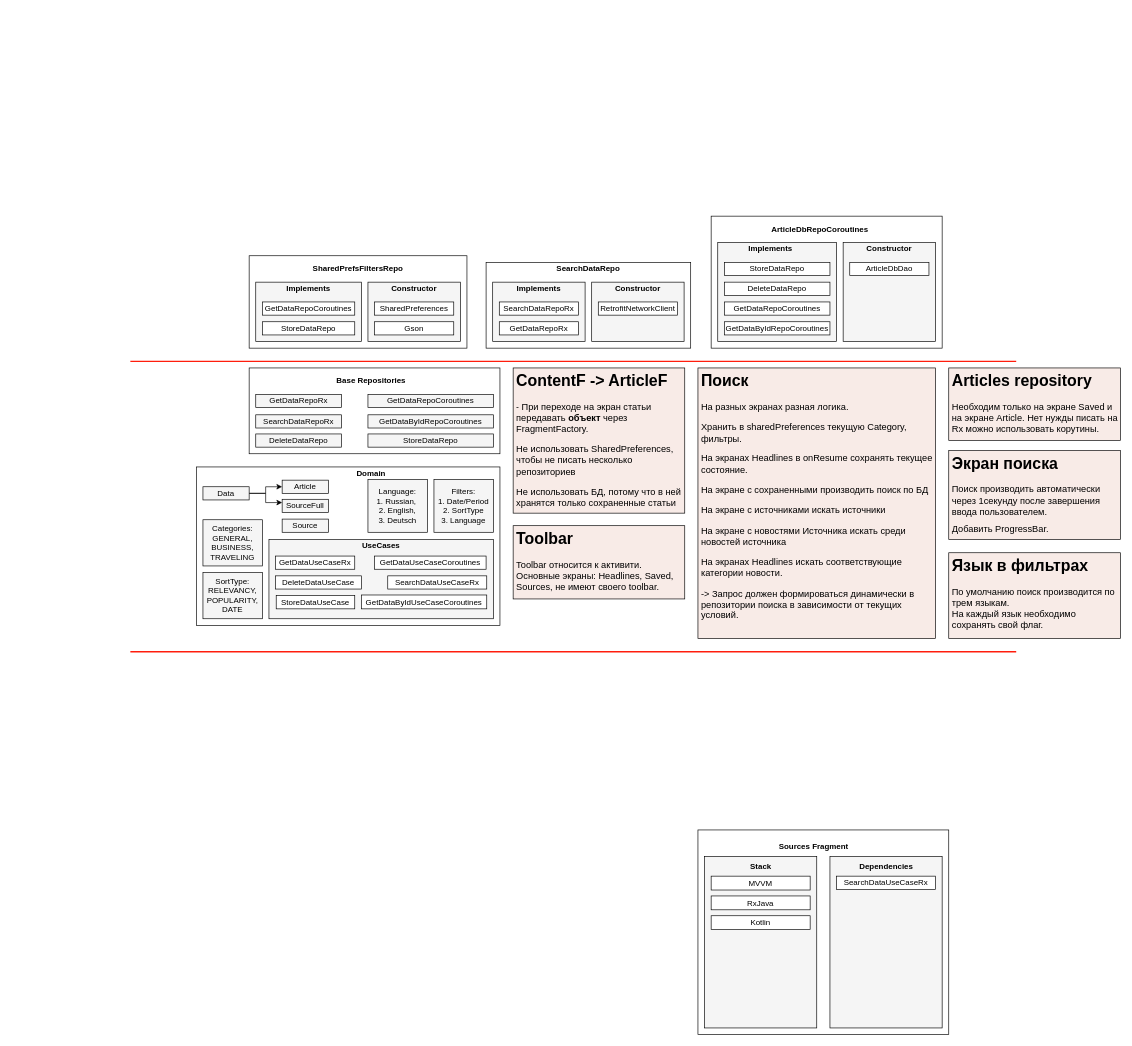
The draw.io diagram app/Диаграмма без названия.drawio in Megrief/AudioPlayer, before the edit. Source tidied: cells renumbered, new cells numbered last; positions are measured from the earlier drawing's top-left corner, leaving out a move shared by most shapes. Both pictures are drawn from the tidied source at 66%, with x=0, y=0 at pixel (130, 216).
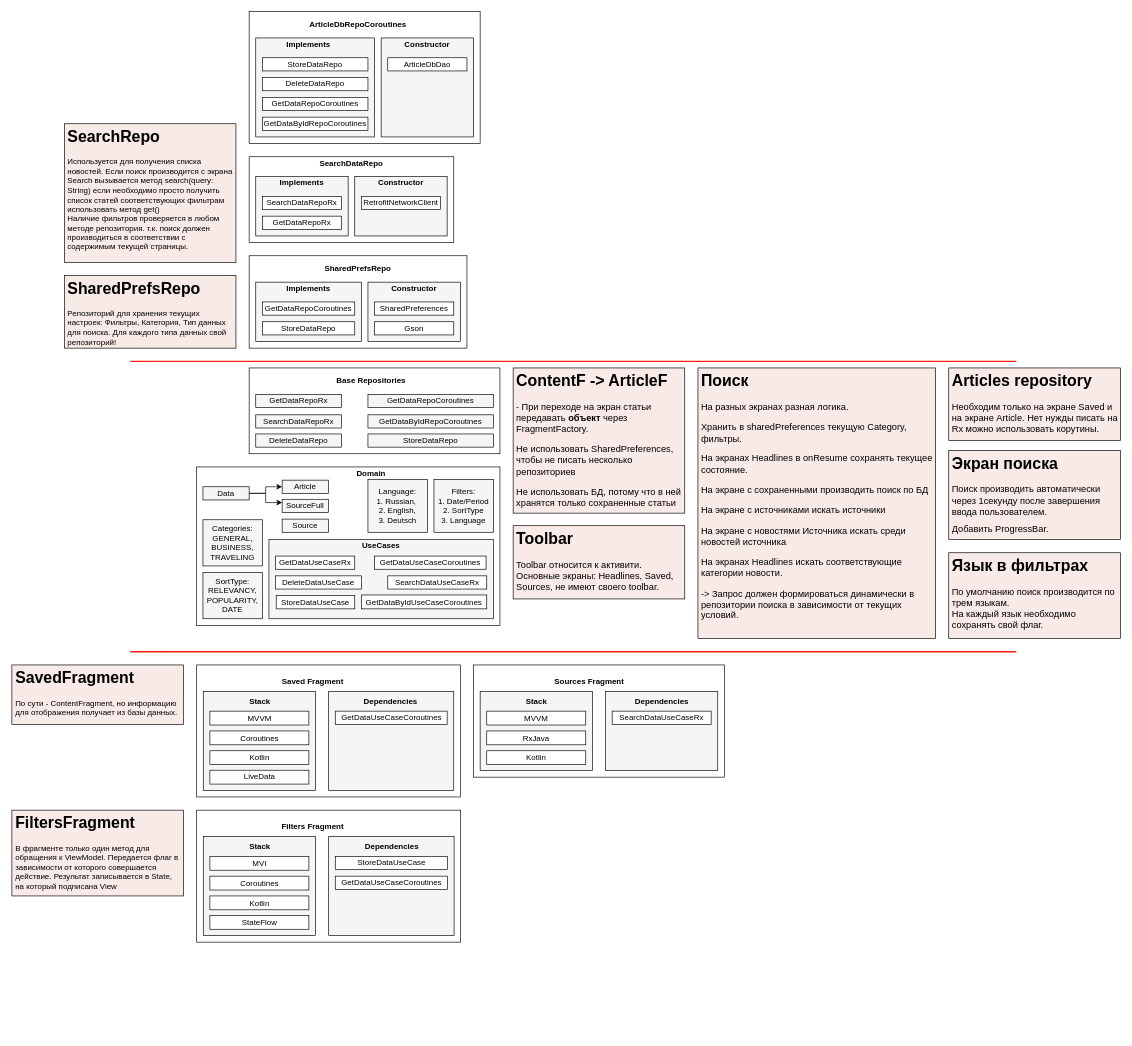
The same diagram, later.

The edit, as a diff of the source:
```diff
@@
-    <mxCell id="25" value="&lt;b&gt;SharedPrefsFiltersRepo&lt;/b&gt;" style="text;html=1;strokeColor=none;fillColor=none;align=center;verticalAlign=middle;whiteSpace=wrap;rounded=0;" parent="1" vertex="1">
+    <mxCell id="25" value="&lt;b&gt;SharedPrefsRepo&lt;/b&gt;" style="text;html=1;strokeColor=none;fillColor=none;align=center;verticalAlign=middle;whiteSpace=wrap;rounded=0;" parent="1" vertex="1">
       <mxGeometry x="265" y="70" width="160" height="20" as="geometry" />
     </mxCell>
@@
     <mxCell id="35" style="rounded=0;whiteSpace=wrap;html=1;" parent="1" vertex="1">
-      <mxGeometry x="539" y="70" width="310" height="130" as="geometry" />
+      <mxGeometry x="180" y="-90" width="310" height="130" as="geometry" />
     </mxCell>
     <mxCell id="36" value="&lt;b&gt;SearchDataRepo&lt;/b&gt;" style="text;html=1;strokeColor=none;fillColor=none;align=center;verticalAlign=middle;whiteSpace=wrap;rounded=0;" parent="1" vertex="1">
-      <mxGeometry x="614" y="70" width="160" height="20" as="geometry" />
+      <mxGeometry x="255" y="-90" width="160" height="20" as="geometry" />
     </mxCell>
     <mxCell id="37" style="rounded=0;whiteSpace=wrap;html=1;fillColor=#f5f5f5;fontColor=#333333;strokeColor=#000000;" parent="1" vertex="1">
-      <mxGeometry x="549" y="100" width="140" height="90" as="geometry" />
+      <mxGeometry x="190" y="-60" width="140" height="90" as="geometry" />
     </mxCell>
     <mxCell id="38" value="&lt;b&gt;Implements&lt;/b&gt;" style="text;html=1;strokeColor=none;fillColor=none;align=center;verticalAlign=middle;whiteSpace=wrap;rounded=0;" parent="1" vertex="1">
-      <mxGeometry x="559" y="100" width="120" height="20" as="geometry" />
+      <mxGeometry x="200" y="-60" width="120" height="20" as="geometry" />
     </mxCell>
     <mxCell id="39" value="SearchDataRepoRx" style="text;html=1;align=center;verticalAlign=middle;whiteSpace=wrap;rounded=0;fillColor=default;strokeColor=default;" parent="1" vertex="1">
-      <mxGeometry x="559" y="130" width="120" height="20" as="geometry" />
+      <mxGeometry x="200" y="-30" width="120" height="20" as="geometry" />
     </mxCell>
     <mxCell id="40" style="rounded=0;whiteSpace=wrap;html=1;fillColor=#f5f5f5;fontColor=#333333;strokeColor=#000000;" parent="1" vertex="1">
-      <mxGeometry x="699" y="100" width="140" height="90" as="geometry" />
+      <mxGeometry x="340" y="-60" width="140" height="90" as="geometry" />
     </mxCell>
     <mxCell id="41" value="&lt;b&gt;Constructor&lt;/b&gt;" style="text;html=1;strokeColor=none;fillColor=none;align=center;verticalAlign=middle;whiteSpace=wrap;rounded=0;" parent="1" vertex="1">
-      <mxGeometry x="709" y="100" width="120" height="20" as="geometry" />
+      <mxGeometry x="350" y="-60" width="120" height="20" as="geometry" />
     </mxCell>
     <mxCell id="42" value="RetrofitNetworkClient" style="text;html=1;align=center;verticalAlign=middle;whiteSpace=wrap;rounded=0;fillColor=default;strokeColor=default;" parent="1" vertex="1">
-      <mxGeometry x="709" y="130" width="120" height="20" as="geometry" />
+      <mxGeometry x="350" y="-30" width="120" height="20" as="geometry" />
     </mxCell>
     <mxCell id="43" style="rounded=0;whiteSpace=wrap;html=1;" parent="1" vertex="1">
-      <mxGeometry x="880" width="350" height="200" as="geometry" />
+      <mxGeometry x="180" y="-310" width="350" height="200" as="geometry" />
     </mxCell>
     <mxCell id="44" value="&lt;b&gt;ArticleDbRepoCoroutines&lt;/b&gt;" style="text;html=1;strokeColor=none;fillColor=none;align=center;verticalAlign=middle;whiteSpace=wrap;rounded=0;" parent="1" vertex="1">
-      <mxGeometry x="965" y="10" width="160" height="20" as="geometry" />
+      <mxGeometry x="265" y="-300" width="160" height="20" as="geometry" />
     </mxCell>
     <mxCell id="45" style="rounded=0;whiteSpace=wrap;html=1;fillColor=#f5f5f5;fontColor=#333333;strokeColor=#000000;" parent="1" vertex="1">
-      <mxGeometry x="890" y="40" width="180" height="150" as="geometry" />
+      <mxGeometry x="190" y="-270" width="180" height="150" as="geometry" />
     </mxCell>
     <mxCell id="46" value="&lt;b&gt;Implements&lt;/b&gt;" style="text;html=1;strokeColor=none;fillColor=none;align=center;verticalAlign=middle;whiteSpace=wrap;rounded=0;" parent="1" vertex="1">
-      <mxGeometry x="910" y="40" width="120" height="20" as="geometry" />
+      <mxGeometry x="210" y="-270" width="120" height="20" as="geometry" />
     </mxCell>
     <mxCell id="47" value="StoreDataRepo" style="text;html=1;align=center;verticalAlign=middle;whiteSpace=wrap;rounded=0;fillColor=default;strokeColor=default;" parent="1" vertex="1">
-      <mxGeometry x="900" y="70" width="160" height="20" as="geometry" />
+      <mxGeometry x="200" y="-240" width="160" height="20" as="geometry" />
     </mxCell>
     <mxCell id="48" style="rounded=0;whiteSpace=wrap;html=1;fillColor=#f5f5f5;fontColor=#333333;strokeColor=#000000;" parent="1" vertex="1">
-      <mxGeometry x="1080" y="40" width="140" height="150" as="geometry" />
+      <mxGeometry x="380" y="-270" width="140" height="150" as="geometry" />
     </mxCell>
     <mxCell id="49" value="&lt;b&gt;Constructor&lt;/b&gt;" style="text;html=1;strokeColor=none;fillColor=none;align=center;verticalAlign=middle;whiteSpace=wrap;rounded=0;" parent="1" vertex="1">
-      <mxGeometry x="1090" y="40" width="120" height="20" as="geometry" />
+      <mxGeometry x="390" y="-270" width="120" height="20" as="geometry" />
     </mxCell>
     <mxCell id="50" value="ArticleDbDao" style="text;html=1;align=center;verticalAlign=middle;whiteSpace=wrap;rounded=0;fillColor=default;strokeColor=default;" parent="1" vertex="1">
-      <mxGeometry x="1090" y="70" width="120" height="20" as="geometry" />
+      <mxGeometry x="390" y="-240" width="120" height="20" as="geometry" />
     </mxCell>
     <mxCell id="51" value="DeleteDataRepo" style="text;html=1;align=center;verticalAlign=middle;whiteSpace=wrap;rounded=0;fillColor=default;strokeColor=default;" parent="1" vertex="1">
-      <mxGeometry x="900" y="100" width="160" height="20" as="geometry" />
+      <mxGeometry x="200" y="-210" width="160" height="20" as="geometry" />
     </mxCell>
     <mxCell id="52" value="GetDataRepoCoroutines" style="text;html=1;align=center;verticalAlign=middle;whiteSpace=wrap;rounded=0;fillColor=default;strokeColor=default;" parent="1" vertex="1">
-      <mxGeometry x="900" y="130" width="160" height="20" as="geometry" />
+      <mxGeometry x="200" y="-180" width="160" height="20" as="geometry" />
     </mxCell>
     <mxCell id="53" value="GetDataByIdRepoCoroutines" style="text;html=1;align=center;verticalAlign=middle;whiteSpace=wrap;rounded=0;fillColor=default;strokeColor=default;" parent="1" vertex="1">
-      <mxGeometry x="900" y="160" width="160" height="20" as="geometry" />
+      <mxGeometry x="200" y="-150" width="160" height="20" as="geometry" />
     </mxCell>
@@
     <mxCell id="60" style="whiteSpace=wrap;html=1;" parent="1" vertex="1">
-      <mxGeometry x="860" y="930" width="380" height="310" as="geometry" />
+      <mxGeometry x="520" y="680" width="380" height="170" as="geometry" />
     </mxCell>
     <mxCell id="61" value="&lt;b&gt;Sources Fragment&lt;/b&gt;" style="text;html=1;align=center;verticalAlign=middle;strokeColor=none;fillColor=none;" parent="1" vertex="1">
-      <mxGeometry x="970" y="940" width="130" height="30" as="geometry" />
+      <mxGeometry x="630" y="690" width="130" height="30" as="geometry" />
     </mxCell>
     <mxCell id="62" style="whiteSpace=wrap;html=1;fillColor=#f5f5f5;fontColor=#333333;strokeColor=#000000;" parent="1" vertex="1">
-      <mxGeometry x="1060" y="970" width="170" height="260" as="geometry" />
+      <mxGeometry x="720" y="720" width="170" height="120" as="geometry" />
     </mxCell>
     <mxCell id="63" value="&lt;b&gt;Dependencies&lt;/b&gt;" style="text;html=1;align=center;verticalAlign=middle;strokeColor=none;fillColor=none;" parent="1" vertex="1">
-      <mxGeometry x="1095" y="970" width="100" height="30" as="geometry" />
+      <mxGeometry x="755" y="720" width="100" height="30" as="geometry" />
     </mxCell>
     <mxCell id="64" value="SearchDataUseCaseRx" style="text;html=1;align=center;verticalAlign=middle;whiteSpace=wrap;rounded=0;fillColor=default;strokeColor=default;fontColor=#000000;" parent="1" vertex="1">
-      <mxGeometry x="1070" y="1000" width="150" height="20" as="geometry" />
+      <mxGeometry x="730" y="750" width="150" height="20" as="geometry" />
     </mxCell>
     <mxCell id="65" style="whiteSpace=wrap;html=1;fillColor=#f5f5f5;fontColor=#333333;strokeColor=#000000;" parent="1" vertex="1">
-      <mxGeometry x="870" y="970" width="170" height="260" as="geometry" />
+      <mxGeometry x="530" y="720" width="170" height="120" as="geometry" />
     </mxCell>
     <mxCell id="66" value="MVVM" style="text;html=1;align=center;verticalAlign=middle;whiteSpace=wrap;rounded=0;fillColor=default;strokeColor=default;fontColor=#000000;" parent="1" vertex="1">
-      <mxGeometry x="880" y="1000" width="150" height="21" as="geometry" />
+      <mxGeometry x="540" y="750" width="150" height="21" as="geometry" />
     </mxCell>
     <mxCell id="67" value="&lt;b&gt;Stack&lt;/b&gt;" style="text;html=1;align=center;verticalAlign=middle;strokeColor=none;fillColor=none;" parent="1" vertex="1">
-      <mxGeometry x="925" y="970" width="60" height="30" as="geometry" />
+      <mxGeometry x="585" y="720" width="60" height="30" as="geometry" />
     </mxCell>
     <mxCell id="68" value="RxJava" style="text;html=1;align=center;verticalAlign=middle;whiteSpace=wrap;rounded=0;fillColor=default;strokeColor=default;fontColor=#000000;" parent="1" vertex="1">
-      <mxGeometry x="880" y="1030" width="150" height="21" as="geometry" />
+      <mxGeometry x="540" y="780" width="150" height="21" as="geometry" />
     </mxCell>
     <mxCell id="69" value="Kotlin" style="text;html=1;align=center;verticalAlign=middle;whiteSpace=wrap;rounded=0;fillColor=default;strokeColor=default;fontColor=#000000;" parent="1" vertex="1">
-      <mxGeometry x="880" y="1060" width="150" height="21" as="geometry" />
+      <mxGeometry x="540" y="810" width="150" height="21" as="geometry" />
     </mxCell>
@@
     <mxCell id="77" value="GetDataRepoRx" style="text;html=1;align=center;verticalAlign=middle;whiteSpace=wrap;rounded=0;fillColor=default;strokeColor=default;" parent="1" vertex="1">
-      <mxGeometry x="559" y="160" width="120" height="20" as="geometry" />
+      <mxGeometry x="200" width="120" height="20" as="geometry" />
     </mxCell>
+    <mxCell id="78" value="&lt;h1&gt;SharedPrefsRepo&lt;/h1&gt;&lt;div&gt;Репозиторий для хранения текущих настроек: Фильтры, Категория, Тип данных для поиска. Для каждого типа данных свой репозиторий!&lt;/div&gt;" style="text;html=1;strokeColor=#000000;fillColor=#F8EBE7;spacing=5;spacingTop=-20;whiteSpace=wrap;overflow=hidden;rounded=0;" parent="1" vertex="1">
+      <mxGeometry x="-100" y="90" width="260" height="110" as="geometry" />
+    </mxCell>
+    <mxCell id="79" value="&lt;h1&gt;SearchRepo&lt;/h1&gt;&lt;div&gt;Используется для получения списка новостей. Если поиск производится с экрана Search вызывается метод search(query: String) если необходимо просто получить список статей соответствующих фильтрам использовать метод get()&lt;/div&gt;&lt;div&gt;Наличие фильтров проверяется в любом методе репозитория. т.к. поиск должен производиться в соответствии с содержимым текущей страницы.&lt;/div&gt;" style="text;html=1;strokeColor=#000000;fillColor=#F8EBE7;spacing=5;spacingTop=-20;whiteSpace=wrap;overflow=hidden;rounded=0;" parent="1" vertex="1">
+      <mxGeometry x="-100" y="-140" width="260" height="210" as="geometry" />
+    </mxCell>
+    <mxCell id="80" style="whiteSpace=wrap;html=1;" parent="1" vertex="1">
+      <mxGeometry x="100.5" y="680" width="399.5" height="200" as="geometry" />
+    </mxCell>
+    <mxCell id="81" value="&lt;b&gt;Saved Fragment&lt;/b&gt;" style="text;html=1;align=center;verticalAlign=middle;strokeColor=none;fillColor=none;" parent="1" vertex="1">
+      <mxGeometry x="215.5" y="690" width="120" height="30" as="geometry" />
+    </mxCell>
+    <mxCell id="82" style="whiteSpace=wrap;html=1;fillColor=#f5f5f5;fontColor=#333333;strokeColor=#000000;" parent="1" vertex="1">
+      <mxGeometry x="300.5" y="720" width="189.5" height="150" as="geometry" />
+    </mxCell>
+    <mxCell id="83" value="&lt;b&gt;Dependencies&lt;/b&gt;" style="text;html=1;align=center;verticalAlign=middle;strokeColor=none;fillColor=none;" parent="1" vertex="1">
+      <mxGeometry x="344" y="720" width="100" height="30" as="geometry" />
+    </mxCell>
+    <mxCell id="84" value="GetDataUseCaseCoroutines" style="text;html=1;align=center;verticalAlign=middle;whiteSpace=wrap;rounded=0;fillColor=default;strokeColor=default;fontColor=#000000;" parent="1" vertex="1">
+      <mxGeometry x="310.5" y="750" width="169.5" height="20" as="geometry" />
+    </mxCell>
+    <mxCell id="85" style="whiteSpace=wrap;html=1;fillColor=#f5f5f5;fontColor=#333333;strokeColor=#000000;" parent="1" vertex="1">
+      <mxGeometry x="110.5" y="720" width="170" height="150" as="geometry" />
+    </mxCell>
+    <mxCell id="86" value="MVVM" style="text;html=1;align=center;verticalAlign=middle;whiteSpace=wrap;rounded=0;fillColor=default;strokeColor=default;fontColor=#000000;" parent="1" vertex="1">
+      <mxGeometry x="120.5" y="750" width="150" height="21" as="geometry" />
+    </mxCell>
+    <mxCell id="87" value="&lt;b&gt;Stack&lt;/b&gt;" style="text;html=1;align=center;verticalAlign=middle;strokeColor=none;fillColor=none;" parent="1" vertex="1">
+      <mxGeometry x="165.5" y="720" width="60" height="30" as="geometry" />
+    </mxCell>
+    <mxCell id="88" value="Coroutines" style="text;html=1;align=center;verticalAlign=middle;whiteSpace=wrap;rounded=0;fillColor=default;strokeColor=default;fontColor=#000000;" parent="1" vertex="1">
+      <mxGeometry x="120.5" y="780" width="150" height="21" as="geometry" />
+    </mxCell>
+    <mxCell id="89" value="Kotlin" style="text;html=1;align=center;verticalAlign=middle;whiteSpace=wrap;rounded=0;fillColor=default;strokeColor=default;fontColor=#000000;" parent="1" vertex="1">
+      <mxGeometry x="120.5" y="810" width="150" height="21" as="geometry" />
+    </mxCell>
+    <mxCell id="90" style="whiteSpace=wrap;html=1;" parent="1" vertex="1">
+      <mxGeometry x="100.5" y="900" width="400" height="200" as="geometry" />
+    </mxCell>
+    <mxCell id="91" value="&lt;b&gt;Filters Fragment&lt;/b&gt;" style="text;html=1;align=center;verticalAlign=middle;strokeColor=none;fillColor=none;" parent="1" vertex="1">
+      <mxGeometry x="215.5" y="910" width="120" height="30" as="geometry" />
+    </mxCell>
+    <mxCell id="92" style="whiteSpace=wrap;html=1;fillColor=#f5f5f5;fontColor=#333333;strokeColor=#000000;" parent="1" vertex="1">
+      <mxGeometry x="300.5" y="940" width="190" height="150" as="geometry" />
+    </mxCell>
+    <mxCell id="93" value="&lt;b&gt;Dependencies&lt;/b&gt;" style="text;html=1;align=center;verticalAlign=middle;strokeColor=none;fillColor=none;" parent="1" vertex="1">
+      <mxGeometry x="345.5" y="941" width="100" height="30" as="geometry" />
+    </mxCell>
+    <mxCell id="94" value="StoreDataUseCase" style="text;html=1;align=center;verticalAlign=middle;whiteSpace=wrap;rounded=0;fillColor=default;strokeColor=default;fontColor=#000000;" parent="1" vertex="1">
+      <mxGeometry x="310.5" y="970" width="170" height="20" as="geometry" />
+    </mxCell>
+    <mxCell id="95" style="whiteSpace=wrap;html=1;fillColor=#f5f5f5;fontColor=#333333;strokeColor=#000000;" parent="1" vertex="1">
+      <mxGeometry x="110.5" y="940" width="170" height="150" as="geometry" />
+    </mxCell>
+    <mxCell id="96" value="MVI" style="text;html=1;align=center;verticalAlign=middle;whiteSpace=wrap;rounded=0;fillColor=default;strokeColor=default;fontColor=#000000;" parent="1" vertex="1">
+      <mxGeometry x="120.5" y="970" width="150" height="21" as="geometry" />
+    </mxCell>
+    <mxCell id="97" value="&lt;b&gt;Stack&lt;/b&gt;" style="text;html=1;align=center;verticalAlign=middle;strokeColor=none;fillColor=none;" parent="1" vertex="1">
+      <mxGeometry x="165.5" y="940" width="60" height="30" as="geometry" />
+    </mxCell>
+    <mxCell id="98" value="Coroutines" style="text;html=1;align=center;verticalAlign=middle;whiteSpace=wrap;rounded=0;fillColor=default;strokeColor=default;fontColor=#000000;" parent="1" vertex="1">
+      <mxGeometry x="120.5" y="1000" width="150" height="21" as="geometry" />
+    </mxCell>
+    <mxCell id="99" value="Kotlin" style="text;html=1;align=center;verticalAlign=middle;whiteSpace=wrap;rounded=0;fillColor=default;strokeColor=default;fontColor=#000000;" parent="1" vertex="1">
+      <mxGeometry x="120.5" y="1030" width="150" height="21" as="geometry" />
+    </mxCell>
+    <mxCell id="100" value="GetDataUseCaseCoroutines" style="text;html=1;align=center;verticalAlign=middle;whiteSpace=wrap;rounded=0;fillColor=default;strokeColor=default;fontColor=#000000;" parent="1" vertex="1">
+      <mxGeometry x="310.5" y="1000" width="170" height="20" as="geometry" />
+    </mxCell>
+    <mxCell id="101" value="&lt;h1&gt;SavedFragment&lt;/h1&gt;&lt;div&gt;По сути - ContentFragment, но информацию для отображения получает из базы данных.&amp;nbsp;&lt;/div&gt;" style="text;html=1;strokeColor=#000000;fillColor=#F8EBE7;spacing=5;spacingTop=-20;whiteSpace=wrap;overflow=hidden;rounded=0;" parent="1" vertex="1">
+      <mxGeometry x="-179.5" y="680" width="260" height="90" as="geometry" />
+    </mxCell>
+    <mxCell id="102" value="&lt;h1&gt;FiltersFragment&lt;/h1&gt;&lt;div&gt;В фрагменте только один метод для обращения к ViewModel. Передается флаг в зависимости от которого совершается действие. Результат записывается в State, на который подписана View&lt;/div&gt;" style="text;html=1;strokeColor=#000000;fillColor=#F8EBE7;spacing=5;spacingTop=-20;whiteSpace=wrap;overflow=hidden;rounded=0;" parent="1" vertex="1">
+      <mxGeometry x="-179.5" y="900" width="260" height="130" as="geometry" />
+    </mxCell>
+    <mxCell id="103" value="StateFlow" style="text;html=1;align=center;verticalAlign=middle;whiteSpace=wrap;rounded=0;fillColor=default;strokeColor=default;fontColor=#000000;" parent="1" vertex="1">
+      <mxGeometry x="120.5" y="1059.5" width="150" height="21" as="geometry" />
+    </mxCell>
+    <mxCell id="104" value="LiveData" style="text;html=1;align=center;verticalAlign=middle;whiteSpace=wrap;rounded=0;fillColor=default;strokeColor=default;fontColor=#000000;" parent="1" vertex="1">
+      <mxGeometry x="120.5" y="839.5" width="150" height="21" as="geometry" />
+    </mxCell>
```
